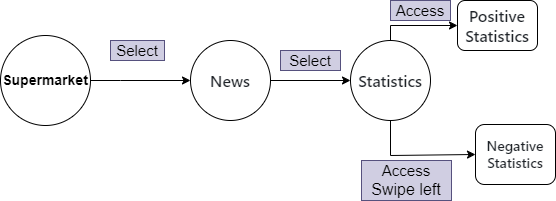
Before: front-end/stories/story2.drawio.png, a diagram exported from draw.io (Allezluia/aw-project). Source tidied: cells renumbered, new cells last; positions are measured from the earlier drawing's top-left corner, leaving out a move shared by most shapes. Its diagram source:
```xml
<mxGraphModel>
  <root>
    <mxCell id="0" />
    <mxCell id="1" parent="0" />
    <mxCell id="2" value="&lt;span style=&quot;font-size: 14px;&quot;&gt;&lt;b&gt;Supermarket&lt;/b&gt;&lt;/span&gt;" style="ellipse;whiteSpace=wrap;html=1;" parent="1" vertex="1">
      <mxGeometry y="35" width="90" height="90" as="geometry" />
    </mxCell>
    <mxCell id="3" value="&lt;span style=&quot;color: rgb(31, 35, 40); font-family: -apple-system, BlinkMacSystemFont, &amp;quot;Segoe UI&amp;quot;, &amp;quot;Noto Sans&amp;quot;, Helvetica, Arial, sans-serif, &amp;quot;Apple Color Emoji&amp;quot;, &amp;quot;Segoe UI Emoji&amp;quot;; font-size: 16px; font-weight: 600; text-align: start; background-color: rgb(255, 255, 255);&quot;&gt;Statistics&lt;/span&gt;" style="ellipse;whiteSpace=wrap;html=1;" parent="1" vertex="1">
      <mxGeometry x="350" y="40" width="80" height="80" as="geometry" />
    </mxCell>
    <mxCell id="4" value="&lt;span style=&quot;color: rgb(31, 35, 40); font-family: -apple-system, BlinkMacSystemFont, &amp;quot;Segoe UI&amp;quot;, &amp;quot;Noto Sans&amp;quot;, Helvetica, Arial, sans-serif, &amp;quot;Apple Color Emoji&amp;quot;, &amp;quot;Segoe UI Emoji&amp;quot;; font-size: 16px; font-weight: 600; text-align: start; background-color: rgb(255, 255, 255);&quot;&gt;News&lt;/span&gt;" style="ellipse;whiteSpace=wrap;html=1;" parent="1" vertex="1">
      <mxGeometry x="190" y="40" width="80" height="80" as="geometry" />
    </mxCell>
    <mxCell id="5" style="endArrow=classic;html=1;rounded=0;exitX=1;exitY=0.5;exitDx=0;exitDy=0;entryX=0;entryY=0.5;entryDx=0;entryDy=0;" parent="1" edge="1" source="2" target="4">
      <mxGeometry relative="1" as="geometry">
        <Array as="points">
          <mxPoint x="120" y="80" />
        </Array>
      </mxGeometry>
    </mxCell>
    <mxCell id="6" value="&lt;font style=&quot;font-size: 15px;&quot;&gt;Select&lt;/font&gt;" style="text;html=1;align=center;verticalAlign=middle;whiteSpace=wrap;rounded=0;rotation=0;fillColor=#d0cee2;strokeColor=#56517e;" parent="1" vertex="1">
      <mxGeometry x="110" y="40" width="54" height="20" as="geometry" />
    </mxCell>
    <mxCell id="7" style="endArrow=classic;html=1;rounded=0;exitX=1;exitY=0.5;exitDx=0;exitDy=0;entryX=0;entryY=0.5;entryDx=0;entryDy=0;" parent="1" edge="1" source="4" target="3">
      <mxGeometry relative="1" as="geometry" />
    </mxCell>
    <mxCell id="8" value="&lt;font style=&quot;font-size: 15px;&quot;&gt;Select&lt;/font&gt;" style="text;html=1;align=center;verticalAlign=middle;whiteSpace=wrap;rounded=0;rotation=0;fillColor=#d0cee2;strokeColor=#56517e;" parent="1" vertex="1">
      <mxGeometry x="280" y="50" width="60" height="20" as="geometry" />
    </mxCell>
    <mxCell id="9" value="&lt;span style=&quot;color: rgb(31, 35, 40); font-family: -apple-system, BlinkMacSystemFont, &amp;quot;Segoe UI&amp;quot;, &amp;quot;Noto Sans&amp;quot;, Helvetica, Arial, sans-serif, &amp;quot;Apple Color Emoji&amp;quot;, &amp;quot;Segoe UI Emoji&amp;quot;; font-size: 16px; font-weight: 600; text-align: start; background-color: rgb(255, 255, 255);&quot;&gt;Positive Statistics&lt;/span&gt;" style="rounded=1;whiteSpace=wrap;html=1;" parent="1" vertex="1">
      <mxGeometry x="457" width="80" height="50" as="geometry" />
    </mxCell>
    <mxCell id="10" value="&lt;span style=&quot;color: rgb(31, 35, 40); font-family: -apple-system, BlinkMacSystemFont, &amp;quot;Segoe UI&amp;quot;, &amp;quot;Noto Sans&amp;quot;, Helvetica, Arial, sans-serif, &amp;quot;Apple Color Emoji&amp;quot;, &amp;quot;Segoe UI Emoji&amp;quot;; font-weight: 600; background-color: rgb(255, 255, 255);&quot;&gt;&lt;font style=&quot;font-size: 14px;&quot;&gt;Negative Statistics&lt;/font&gt;&lt;/span&gt;" style="rounded=1;whiteSpace=wrap;html=1;align=center;" parent="1" vertex="1">
      <mxGeometry x="475" y="124" width="80" height="60" as="geometry" />
    </mxCell>
    <mxCell id="11" style="endArrow=classic;html=1;rounded=0;exitX=0.5;exitY=1;exitDx=0;exitDy=0;entryX=0;entryY=0.5;entryDx=0;entryDy=0;" parent="1" edge="1" source="3" target="10">
      <mxGeometry relative="1" as="geometry">
        <Array as="points">
          <mxPoint x="390" y="155" />
        </Array>
      </mxGeometry>
    </mxCell>
    <mxCell id="12" style="endArrow=classic;html=1;rounded=0;exitX=0.5;exitY=0;exitDx=0;exitDy=0;entryX=0;entryY=0.5;entryDx=0;entryDy=0;" parent="1" edge="1" source="3" target="9">
      <mxGeometry relative="1" as="geometry">
        <Array as="points">
          <mxPoint x="390" y="25" />
        </Array>
      </mxGeometry>
    </mxCell>
    <mxCell id="13" value="&lt;font style=&quot;font-size: 15px;&quot;&gt;Access&lt;/font&gt;" style="text;html=1;align=center;verticalAlign=middle;whiteSpace=wrap;rounded=0;rotation=0;fillColor=#d0cee2;strokeColor=#56517e;" parent="1" vertex="1">
      <mxGeometry x="390" width="60" height="20" as="geometry" />
    </mxCell>
    <mxCell id="14" value="&lt;font style=&quot;font-size: 15px;&quot;&gt;Access &lt;/font&gt;&lt;font style=&quot;font-size: 16px;&quot;&gt;Swipe left&lt;/font&gt;" style="text;html=1;align=center;verticalAlign=middle;whiteSpace=wrap;rounded=0;rotation=0;fillColor=#d0cee2;strokeColor=#56517e;" parent="1" vertex="1">
      <mxGeometry x="361" y="160" width="90" height="40" as="geometry" />
    </mxCell>
  </root>
</mxGraphModel>
```
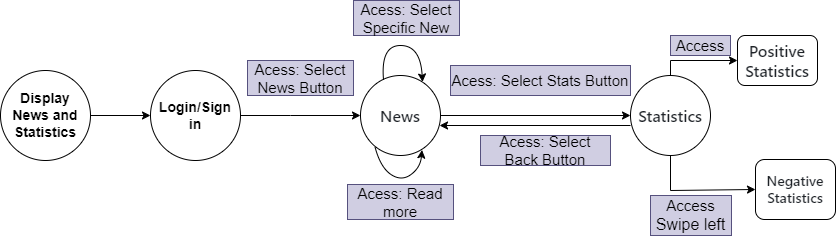
Above is the later version.

Change to the diagram source:
```diff
@@ -2,56 +2,95 @@
   <root>
     <mxCell id="0" />
     <mxCell id="1" parent="0" />
-    <mxCell id="2" value="&lt;span style=&quot;font-size: 14px;&quot;&gt;&lt;b&gt;Supermarket&lt;/b&gt;&lt;/span&gt;" style="ellipse;whiteSpace=wrap;html=1;" parent="1" vertex="1">
-      <mxGeometry y="35" width="90" height="90" as="geometry" />
+    <mxCell id="2" value="&lt;span style=&quot;font-size: 14px;&quot;&gt;&lt;b&gt;Display News and Statistics&lt;/b&gt;&lt;/span&gt;" style="ellipse;whiteSpace=wrap;html=1;" parent="1" vertex="1">
+      <mxGeometry x="-170" y="35" width="90" height="90" as="geometry" />
     </mxCell>
     <mxCell id="3" value="&lt;span style=&quot;color: rgb(31, 35, 40); font-family: -apple-system, BlinkMacSystemFont, &amp;quot;Segoe UI&amp;quot;, &amp;quot;Noto Sans&amp;quot;, Helvetica, Arial, sans-serif, &amp;quot;Apple Color Emoji&amp;quot;, &amp;quot;Segoe UI Emoji&amp;quot;; font-size: 16px; font-weight: 600; text-align: start; background-color: rgb(255, 255, 255);&quot;&gt;Statistics&lt;/span&gt;" style="ellipse;whiteSpace=wrap;html=1;" parent="1" vertex="1">
-      <mxGeometry x="350" y="40" width="80" height="80" as="geometry" />
+      <mxGeometry x="460" y="40" width="80" height="80" as="geometry" />
     </mxCell>
     <mxCell id="4" value="&lt;span style=&quot;color: rgb(31, 35, 40); font-family: -apple-system, BlinkMacSystemFont, &amp;quot;Segoe UI&amp;quot;, &amp;quot;Noto Sans&amp;quot;, Helvetica, Arial, sans-serif, &amp;quot;Apple Color Emoji&amp;quot;, &amp;quot;Segoe UI Emoji&amp;quot;; font-size: 16px; font-weight: 600; text-align: start; background-color: rgb(255, 255, 255);&quot;&gt;News&lt;/span&gt;" style="ellipse;whiteSpace=wrap;html=1;" parent="1" vertex="1">
       <mxGeometry x="190" y="40" width="80" height="80" as="geometry" />
     </mxCell>
-    <mxCell id="5" style="endArrow=classic;html=1;rounded=0;exitX=1;exitY=0.5;exitDx=0;exitDy=0;entryX=0;entryY=0.5;entryDx=0;entryDy=0;" parent="1" edge="1" source="2" target="4">
+    <mxCell id="5" style="endArrow=classic;html=1;rounded=0;exitX=1;exitY=0.5;exitDx=0;exitDy=0;entryX=0;entryY=0.5;entryDx=0;entryDy=0;" parent="1" edge="1" source="17" target="4">
       <mxGeometry relative="1" as="geometry">
         <Array as="points">
           <mxPoint x="120" y="80" />
         </Array>
       </mxGeometry>
     </mxCell>
-    <mxCell id="6" value="&lt;font style=&quot;font-size: 15px;&quot;&gt;Select&lt;/font&gt;" style="text;html=1;align=center;verticalAlign=middle;whiteSpace=wrap;rounded=0;rotation=0;fillColor=#d0cee2;strokeColor=#56517e;" parent="1" vertex="1">
-      <mxGeometry x="110" y="40" width="54" height="20" as="geometry" />
-    </mxCell>
     <mxCell id="7" style="endArrow=classic;html=1;rounded=0;exitX=1;exitY=0.5;exitDx=0;exitDy=0;entryX=0;entryY=0.5;entryDx=0;entryDy=0;" parent="1" edge="1" source="4" target="3">
       <mxGeometry relative="1" as="geometry" />
     </mxCell>
-    <mxCell id="8" value="&lt;font style=&quot;font-size: 15px;&quot;&gt;Select&lt;/font&gt;" style="text;html=1;align=center;verticalAlign=middle;whiteSpace=wrap;rounded=0;rotation=0;fillColor=#d0cee2;strokeColor=#56517e;" parent="1" vertex="1">
-      <mxGeometry x="280" y="50" width="60" height="20" as="geometry" />
+    <mxCell id="8" value="&lt;font style=&quot;font-size: 15px;&quot;&gt;Acess: Select Stats Button&lt;/font&gt;" style="text;html=1;align=center;verticalAlign=middle;whiteSpace=wrap;rounded=0;rotation=0;fillColor=#d0cee2;strokeColor=#56517e;" parent="1" vertex="1">
+      <mxGeometry x="280" y="30" width="180" height="30" as="geometry" />
     </mxCell>
     <mxCell id="9" value="&lt;span style=&quot;color: rgb(31, 35, 40); font-family: -apple-system, BlinkMacSystemFont, &amp;quot;Segoe UI&amp;quot;, &amp;quot;Noto Sans&amp;quot;, Helvetica, Arial, sans-serif, &amp;quot;Apple Color Emoji&amp;quot;, &amp;quot;Segoe UI Emoji&amp;quot;; font-size: 16px; font-weight: 600; text-align: start; background-color: rgb(255, 255, 255);&quot;&gt;Positive Statistics&lt;/span&gt;" style="rounded=1;whiteSpace=wrap;html=1;" parent="1" vertex="1">
-      <mxGeometry x="457" width="80" height="50" as="geometry" />
+      <mxGeometry x="567" width="80" height="50" as="geometry" />
     </mxCell>
     <mxCell id="10" value="&lt;span style=&quot;color: rgb(31, 35, 40); font-family: -apple-system, BlinkMacSystemFont, &amp;quot;Segoe UI&amp;quot;, &amp;quot;Noto Sans&amp;quot;, Helvetica, Arial, sans-serif, &amp;quot;Apple Color Emoji&amp;quot;, &amp;quot;Segoe UI Emoji&amp;quot;; font-weight: 600; background-color: rgb(255, 255, 255);&quot;&gt;&lt;font style=&quot;font-size: 14px;&quot;&gt;Negative Statistics&lt;/font&gt;&lt;/span&gt;" style="rounded=1;whiteSpace=wrap;html=1;align=center;" parent="1" vertex="1">
-      <mxGeometry x="475" y="124" width="80" height="60" as="geometry" />
+      <mxGeometry x="585" y="124" width="80" height="60" as="geometry" />
     </mxCell>
     <mxCell id="11" style="endArrow=classic;html=1;rounded=0;exitX=0.5;exitY=1;exitDx=0;exitDy=0;entryX=0;entryY=0.5;entryDx=0;entryDy=0;" parent="1" edge="1" source="3" target="10">
       <mxGeometry relative="1" as="geometry">
         <Array as="points">
-          <mxPoint x="390" y="155" />
+          <mxPoint x="500" y="155" />
         </Array>
       </mxGeometry>
     </mxCell>
     <mxCell id="12" style="endArrow=classic;html=1;rounded=0;exitX=0.5;exitY=0;exitDx=0;exitDy=0;entryX=0;entryY=0.5;entryDx=0;entryDy=0;" parent="1" edge="1" source="3" target="9">
       <mxGeometry relative="1" as="geometry">
         <Array as="points">
-          <mxPoint x="390" y="25" />
+          <mxPoint x="500" y="25" />
         </Array>
       </mxGeometry>
     </mxCell>
     <mxCell id="13" value="&lt;font style=&quot;font-size: 15px;&quot;&gt;Access&lt;/font&gt;" style="text;html=1;align=center;verticalAlign=middle;whiteSpace=wrap;rounded=0;rotation=0;fillColor=#d0cee2;strokeColor=#56517e;" parent="1" vertex="1">
-      <mxGeometry x="390" width="60" height="20" as="geometry" />
+      <mxGeometry x="500" width="60" height="20" as="geometry" />
     </mxCell>
     <mxCell id="14" value="&lt;font style=&quot;font-size: 15px;&quot;&gt;Access &lt;/font&gt;&lt;font style=&quot;font-size: 16px;&quot;&gt;Swipe left&lt;/font&gt;" style="text;html=1;align=center;verticalAlign=middle;whiteSpace=wrap;rounded=0;rotation=0;fillColor=#d0cee2;strokeColor=#56517e;" parent="1" vertex="1">
-      <mxGeometry x="361" y="160" width="90" height="40" as="geometry" />
+      <mxGeometry x="480" y="160" width="81" height="40" as="geometry" />
     </mxCell>
+    <mxCell id="15" value="&lt;font style=&quot;font-size: 15px;&quot;&gt;Acess: Select News Button&lt;/font&gt;" style="text;html=1;align=center;verticalAlign=middle;whiteSpace=wrap;rounded=0;rotation=0;fillColor=#d0cee2;strokeColor=#56517e;" parent="1" vertex="1">
+      <mxGeometry x="77" y="25" width="106" height="35" as="geometry" />
+    </mxCell>
+    <mxCell id="16" style="endArrow=classic;html=1;rounded=0;exitX=1;exitY=0.5;exitDx=0;exitDy=0;entryX=0;entryY=0.5;entryDx=0;entryDy=0;" parent="1" edge="1" source="2" target="17">
+      <mxGeometry relative="1" as="geometry" />
+    </mxCell>
+    <mxCell id="17" value="&lt;span style=&quot;font-size: 14px;&quot;&gt;&lt;b&gt;Login/Sign in&lt;/b&gt;&lt;/span&gt;" style="ellipse;whiteSpace=wrap;html=1;" parent="1" vertex="1">
+      <mxGeometry x="-20" y="35" width="90" height="90" as="geometry" />
+    </mxCell>
+    <mxCell id="18" style="curved=1;endArrow=classic;html=1;rounded=0;exitX=0.288;exitY=0.056;exitDx=0;exitDy=0;exitPerimeter=0;entryX=0.775;entryY=0.081;entryDx=0;entryDy=0;entryPerimeter=0;" parent="1" edge="1" source="4" target="4">
+      <mxGeometry relative="1" as="geometry">
+        <Array as="points">
+          <mxPoint x="210" y="10" />
+          <mxPoint x="250" y="10" />
+        </Array>
+      </mxGeometry>
+    </mxCell>
+    <mxCell id="19" style="endArrow=classic;html=1;rounded=0;exitX=1;exitY=0.5;exitDx=0;exitDy=0;entryX=0.988;entryY=0.625;entryDx=0;entryDy=0;entryPerimeter=0;" parent="1" edge="1" target="4">
+      <mxGeometry relative="1" as="geometry">
+        <mxPoint x="460" y="90" as="sourcePoint" />
+      </mxGeometry>
+    </mxCell>
+    <mxCell id="20" value="&lt;font style=&quot;font-size: 15px;&quot;&gt;Acess: Select Back Button&lt;/font&gt;" style="text;html=1;align=center;verticalAlign=middle;whiteSpace=wrap;rounded=0;rotation=0;fillColor=#d0cee2;strokeColor=#56517e;" parent="1" vertex="1">
+      <mxGeometry x="310" y="100" width="130" height="30" as="geometry" />
+    </mxCell>
+    <mxCell id="21" value="&lt;font style=&quot;font-size: 15px;&quot;&gt;Acess: Select Specific New&lt;/font&gt;" style="text;html=1;align=center;verticalAlign=middle;whiteSpace=wrap;rounded=0;rotation=0;fillColor=#d0cee2;strokeColor=#56517e;" parent="1" vertex="1">
+      <mxGeometry x="183" y="-35" width="106" height="35" as="geometry" />
+    </mxCell>
+    <mxCell id="22" value="&lt;font style=&quot;font-size: 15px;&quot;&gt;Acess: Read more&lt;/font&gt;" style="text;html=1;align=center;verticalAlign=middle;whiteSpace=wrap;rounded=0;rotation=0;fillColor=#d0cee2;strokeColor=#56517e;" parent="1" vertex="1">
+      <mxGeometry x="177" y="149" width="106" height="35" as="geometry" />
+    </mxCell>
+    <mxCell id="23" style="curved=1;endArrow=classic;html=1;rounded=0;entryX=0.756;entryY=0.981;entryDx=0;entryDy=0;entryPerimeter=0;exitX=0.169;exitY=0.944;exitDx=0;exitDy=0;exitPerimeter=0;" parent="1" edge="1">
+      <mxGeometry relative="1" as="geometry">
+        <mxPoint x="204.5" y="111.5" as="sourcePoint" />
+        <mxPoint x="251.5" y="114.5" as="targetPoint" />
+        <Array as="points">
+          <mxPoint x="210" y="132" />
+          <mxPoint x="231" y="146" />
+          <mxPoint x="250" y="132" />
+        </Array>
+      </mxGeometry>
+    </mxCell>
   </root>
 </mxGraphModel>
```
